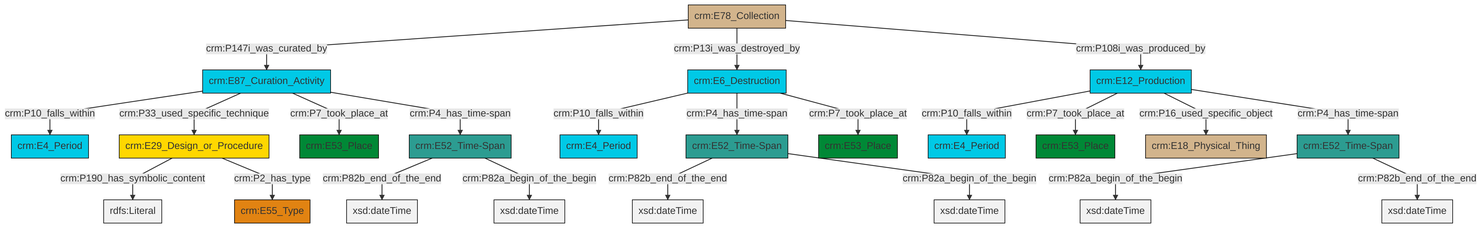
Before: et/archivalCSV/ttl/mmd/png/archival_existence.png, a diagram exported from Mermaid (swiss-art-research-net/docs.swissartresearch). Its source is kept beside it as et/archivalCSV/ttl/mmd/archival_existence.ttl.mmd.
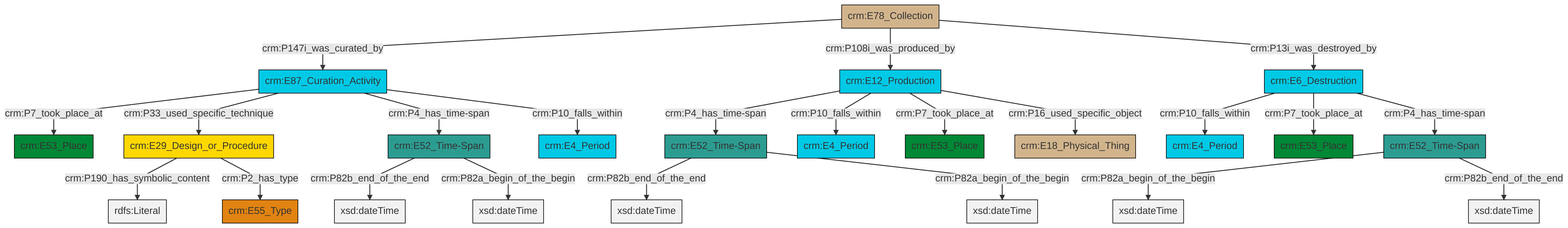
After the commit.

The edit, as a diff of the source:
```diff
@@ -13,25 +13,25 @@
 classDef PC_Classes fill:#4ce600, stroke:#000000;
 classDef Multi fill:#cccccc,stroke:#000000;
 
-0["crm:E52_Time-Span"]:::Time-Span -->|crm:P82b_end_of_the_end| 1[xsd:dateTime]:::Literal
-8["crm:E78_Collection"]:::Physical_Thing -->|crm:P147i_was_curated_by| 2["crm:E87_Curation_Activity"]:::Temporal_Entity
-9["crm:E52_Time-Span"]:::Time-Span -->|crm:P82a_begin_of_the_begin| 10[xsd:dateTime]:::Literal
-6["crm:E29_Design_or_Procedure"]:::Conceptual_Object -->|crm:P190_has_symbolic_content| 11[rdfs:Literal]:::Literal
-2["crm:E87_Curation_Activity"]:::Temporal_Entity -->|crm:P10_falls_within| 12["crm:E4_Period"]:::Temporal_Entity
-13["crm:E12_Production"]:::Temporal_Entity -->|crm:P10_falls_within| 14["crm:E4_Period"]:::Temporal_Entity
-2["crm:E87_Curation_Activity"]:::Temporal_Entity -->|crm:P33_used_specific_technique| 6["crm:E29_Design_or_Procedure"]:::Conceptual_Object
-6["crm:E29_Design_or_Procedure"]:::Conceptual_Object -->|crm:P2_has_type| 17["crm:E55_Type"]:::Type
-8["crm:E78_Collection"]:::Physical_Thing -->|crm:P13i_was_destroyed_by| 4["crm:E6_Destruction"]:::Temporal_Entity
-4["crm:E6_Destruction"]:::Temporal_Entity -->|crm:P10_falls_within| 20["crm:E4_Period"]:::Temporal_Entity
-13["crm:E12_Production"]:::Temporal_Entity -->|crm:P7_took_place_at| 21["crm:E53_Place"]:::Place
-13["crm:E12_Production"]:::Temporal_Entity -->|crm:P16_used_specific_object| 23["crm:E18_Physical_Thing"]:::Physical_Thing
-13["crm:E12_Production"]:::Temporal_Entity -->|crm:P4_has_time-span| 9["crm:E52_Time-Span"]:::Time-Span
-2["crm:E87_Curation_Activity"]:::Temporal_Entity -->|crm:P7_took_place_at| 25["crm:E53_Place"]:::Place
-4["crm:E6_Destruction"]:::Temporal_Entity -->|crm:P4_has_time-span| 15["crm:E52_Time-Span"]:::Time-Span
-4["crm:E6_Destruction"]:::Temporal_Entity -->|crm:P7_took_place_at| 18["crm:E53_Place"]:::Place
-15["crm:E52_Time-Span"]:::Time-Span -->|crm:P82b_end_of_the_end| 32[xsd:dateTime]:::Literal
-8["crm:E78_Collection"]:::Physical_Thing -->|crm:P108i_was_produced_by| 13["crm:E12_Production"]:::Temporal_Entity
-9["crm:E52_Time-Span"]:::Time-Span -->|crm:P82b_end_of_the_end| 36[xsd:dateTime]:::Literal
-2["crm:E87_Curation_Activity"]:::Temporal_Entity -->|crm:P4_has_time-span| 0["crm:E52_Time-Span"]:::Time-Span
-0["crm:E52_Time-Span"]:::Time-Span -->|crm:P82a_begin_of_the_begin| 37[xsd:dateTime]:::Literal
-15["crm:E52_Time-Span"]:::Time-Span -->|crm:P82a_begin_of_the_begin| 38[xsd:dateTime]:::Literal
+0["crm:E52_Time-Span"]:::Time-Span -->|crm:P82a_begin_of_the_begin| 1[xsd:dateTime]:::Literal
+2["crm:E29_Design_or_Procedure"]:::Conceptual_Object -->|crm:P190_has_symbolic_content| 3[rdfs:Literal]:::Literal
+8["crm:E78_Collection"]:::Physical_Thing -->|crm:P147i_was_curated_by| 9["crm:E87_Curation_Activity"]:::Temporal_Entity
+10["crm:E12_Production"]:::Temporal_Entity -->|crm:P4_has_time-span| 4["crm:E52_Time-Span"]:::Time-Span
+10["crm:E12_Production"]:::Temporal_Entity -->|crm:P10_falls_within| 11["crm:E4_Period"]:::Temporal_Entity
+9["crm:E87_Curation_Activity"]:::Temporal_Entity -->|crm:P7_took_place_at| 12["crm:E53_Place"]:::Place
+4["crm:E52_Time-Span"]:::Time-Span -->|crm:P82b_end_of_the_end| 13[xsd:dateTime]:::Literal
+9["crm:E87_Curation_Activity"]:::Temporal_Entity -->|crm:P33_used_specific_technique| 2["crm:E29_Design_or_Procedure"]:::Conceptual_Object
+0["crm:E52_Time-Span"]:::Time-Span -->|crm:P82b_end_of_the_end| 14[xsd:dateTime]:::Literal
+15["crm:E6_Destruction"]:::Temporal_Entity -->|crm:P10_falls_within| 16["crm:E4_Period"]:::Temporal_Entity
+9["crm:E87_Curation_Activity"]:::Temporal_Entity -->|crm:P4_has_time-span| 18["crm:E52_Time-Span"]:::Time-Span
+15["crm:E6_Destruction"]:::Temporal_Entity -->|crm:P7_took_place_at| 20["crm:E53_Place"]:::Place
+18["crm:E52_Time-Span"]:::Time-Span -->|crm:P82b_end_of_the_end| 22[xsd:dateTime]:::Literal
+8["crm:E78_Collection"]:::Physical_Thing -->|crm:P108i_was_produced_by| 10["crm:E12_Production"]:::Temporal_Entity
+2["crm:E29_Design_or_Procedure"]:::Conceptual_Object -->|crm:P2_has_type| 6["crm:E55_Type"]:::Type
+15["crm:E6_Destruction"]:::Temporal_Entity -->|crm:P4_has_time-span| 0["crm:E52_Time-Span"]:::Time-Span
+8["crm:E78_Collection"]:::Physical_Thing -->|crm:P13i_was_destroyed_by| 15["crm:E6_Destruction"]:::Temporal_Entity
+18["crm:E52_Time-Span"]:::Time-Span -->|crm:P82a_begin_of_the_begin| 31[xsd:dateTime]:::Literal
+4["crm:E52_Time-Span"]:::Time-Span -->|crm:P82a_begin_of_the_begin| 32[xsd:dateTime]:::Literal
+10["crm:E12_Production"]:::Temporal_Entity -->|crm:P7_took_place_at| 36["crm:E53_Place"]:::Place
+10["crm:E12_Production"]:::Temporal_Entity -->|crm:P16_used_specific_object| 33["crm:E18_Physical_Thing"]:::Physical_Thing
+9["crm:E87_Curation_Activity"]:::Temporal_Entity -->|crm:P10_falls_within| 26["crm:E4_Period"]:::Temporal_Entity
```
